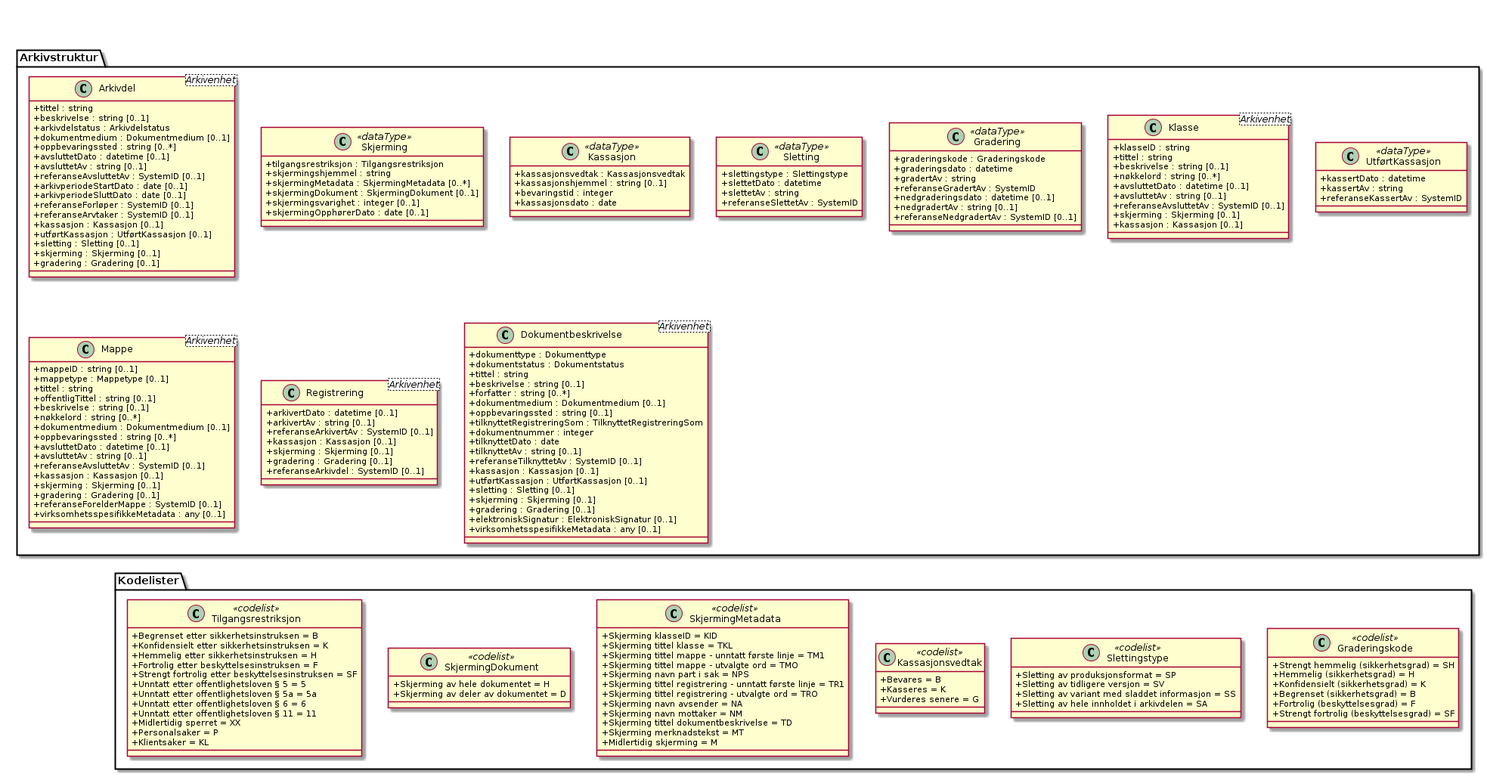
This is kapitler/media/uml-arkivenheter-som-har-noe-med-bevaring-og-kassasjon-aa-gjoere.png from arkivverket/noark5-tjenestegrensesnitt-standard, a PlantUML export, as it was before one commit.
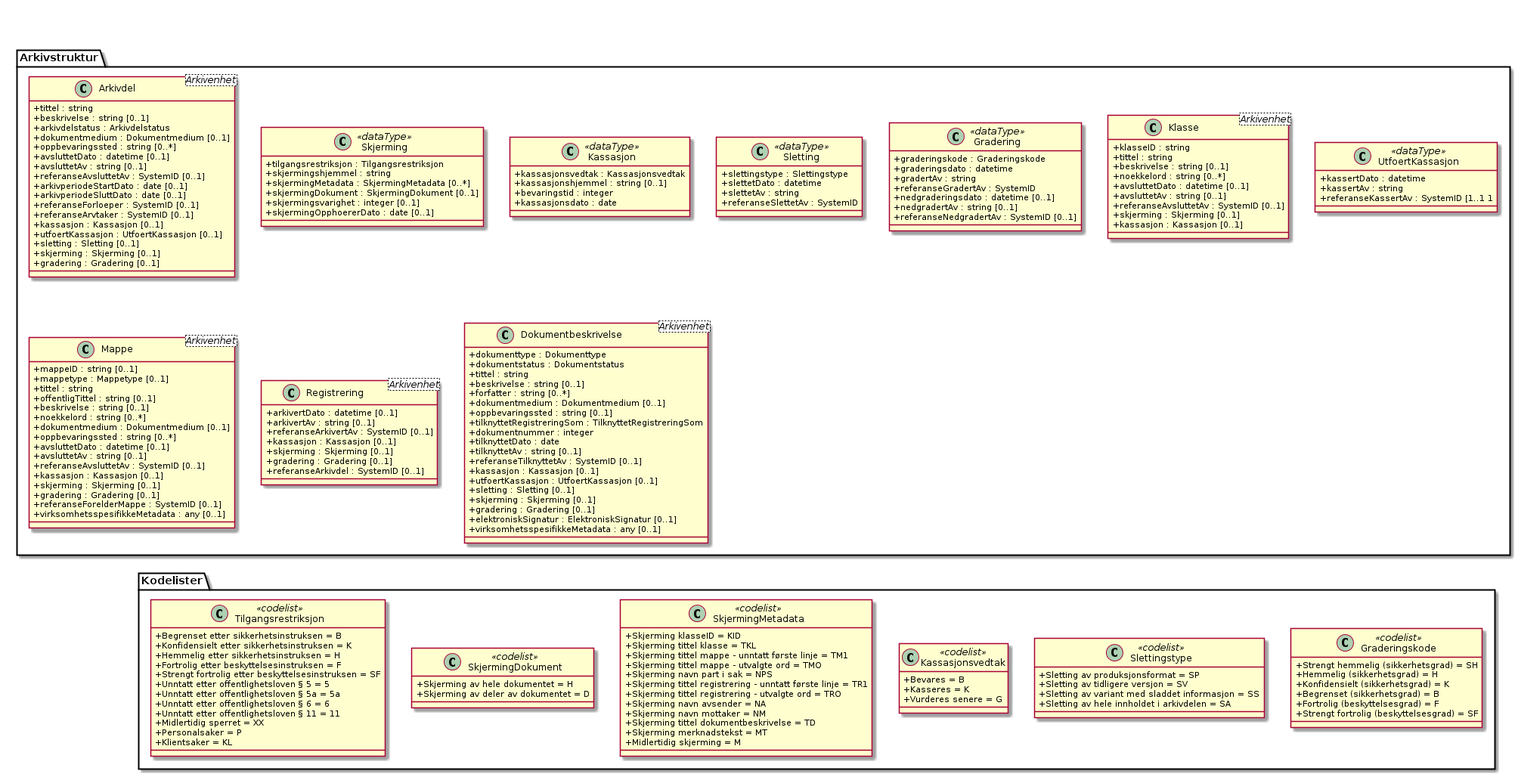
The same diagram one commit later.

What changed in the source:
```diff
@@ -12,10 +12,10 @@
   +referanseAvsluttetAv : SystemID [0..1]
   +arkivperiodeStartDato : date [0..1]
   +arkivperiodeSluttDato : date [0..1]
-  +referanseForløper : SystemID [0..1]
+  +referanseForloeper : SystemID [0..1]
   +referanseArvtaker : SystemID [0..1]
   +kassasjon : Kassasjon [0..1]
-  +utførtKassasjon : UtførtKassasjon [0..1]
+  +utfoertKassasjon : UtfoertKassasjon [0..1]
   +sletting : Sletting [0..1]
   +skjerming : Skjerming [0..1]
   +gradering : Gradering [0..1]
@@ -26,7 +26,7 @@
   +skjermingMetadata : SkjermingMetadata [0..*]
   +skjermingDokument : SkjermingDokument [0..1]
   +skjermingsvarighet : integer [0..1]
-  +skjermingOpphørerDato : date [0..1]
+  +skjermingOpphoererDato : date [0..1]
 }
 class Kodelister.Tilgangsrestriksjon <<codelist>> {
   +Begrenset etter sikkerhetsinstruksen = B
@@ -56,17 +56,17 @@
   +klasseID : string
   +tittel : string
   +beskrivelse : string [0..1]
-  +nøkkelord : string [0..*]
+  +noekkelord : string [0..*]
   +avsluttetDato : datetime [0..1]
   +avsluttetAv : string [0..1]
   +referanseAvsluttetAv : SystemID [0..1]
   +skjerming : Skjerming [0..1]
   +kassasjon : Kassasjon [0..1]
 }
-class Arkivstruktur.UtførtKassasjon <<dataType>> {
+class Arkivstruktur.UtfoertKassasjon <<dataType>> {
   +kassertDato : datetime
   +kassertAv : string
-  +referanseKassertAv : SystemID
+  +referanseKassertAv : SystemID [1..1 1
 }
 class Kodelister.Kassasjonsvedtak <<codelist>> {
   +Bevares = B
@@ -91,7 +91,7 @@
   +tittel : string
   +offentligTittel : string [0..1]
   +beskrivelse : string [0..1]
-  +nøkkelord : string [0..*]
+  +noekkelord : string [0..*]
   +dokumentmedium : Dokumentmedium [0..1]
   +oppbevaringssted : string [0..*]
   +avsluttetDato : datetime [0..1]
@@ -157,7 +157,7 @@
   +tilknyttetAv : string [0..1]
   +referanseTilknyttetAv : SystemID [0..1]
   +kassasjon : Kassasjon [0..1]
-  +utførtKassasjon : UtførtKassasjon [0..1]
+  +utfoertKassasjon : UtfoertKassasjon [0..1]
   +sletting : Sletting [0..1]
   +skjerming : Skjerming [0..1]
   +gradering : Gradering [0..1]
```
